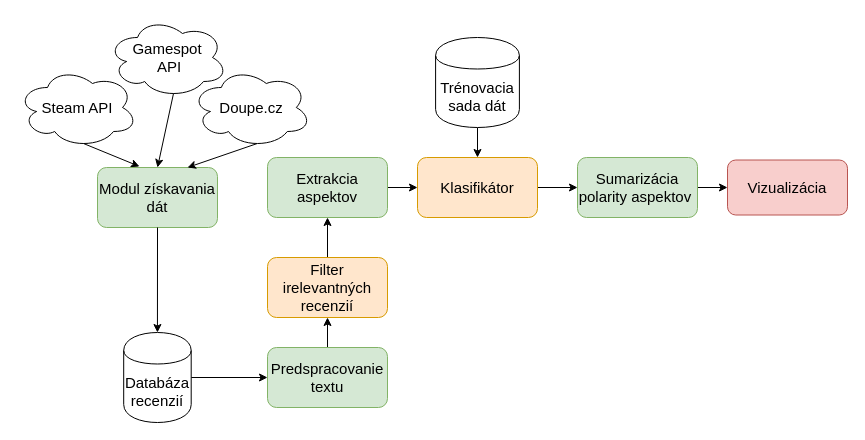
Above: navrh_design.drawio in Fergons/SentimentAnalysis (draw.io), before the change. Source tidied: cells renumbered, new cells numbered last; positions are measured from the earlier drawing's top-left corner, leaving out a move shared by most shapes. Both pictures are drawn from the tidied source at 100%, with x=0, y=0 at pixel (17, 17).
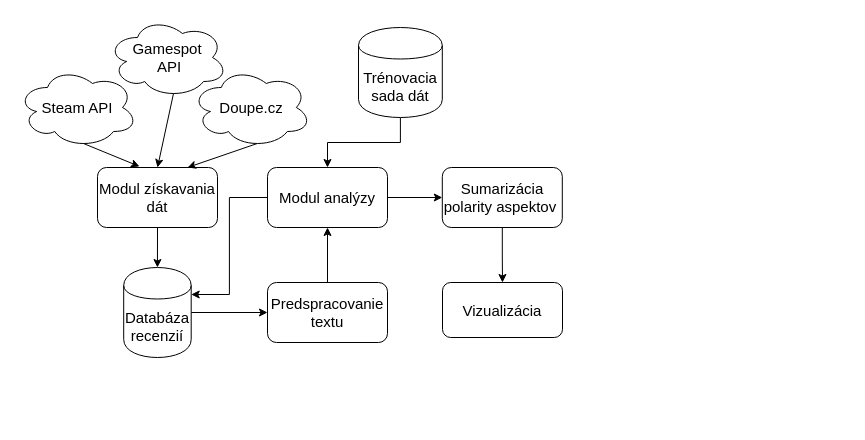
The same diagram, later.

Change to the diagram source:
```diff
@@
-    <mxCell id="6" value="Modul získavania dát" style="rounded=1;whiteSpace=wrap;html=1;fontSize=15;fillColor=#d5e8d4;strokeColor=#82b366;" parent="1" vertex="1">
+    <mxCell id="6" value="Modul získavania dát" style="rounded=1;whiteSpace=wrap;html=1;fontSize=15;" parent="1" vertex="1">
       <mxGeometry x="80" y="150" width="120" height="60" as="geometry" />
     </mxCell>
@@
     <mxCell id="8" value="Databáza recenzií" style="shape=cylinder;whiteSpace=wrap;html=1;boundedLbl=1;backgroundOutline=1;fontSize=15;" parent="1" vertex="1">
-      <mxGeometry x="106.2" y="315" width="67.5" height="90" as="geometry" />
+      <mxGeometry x="106.2" y="250" width="67.5" height="90" as="geometry" />
     </mxCell>
@@
-    <mxCell id="10" style="edgeStyle=orthogonalEdgeStyle;rounded=0;jettySize=auto;html=1;entryX=0.5;entryY=0;entryDx=0;entryDy=0;fontSize=15;" parent="1" edge="1" source="11" target="18">
+    <mxCell id="10" style="edgeStyle=orthogonalEdgeStyle;rounded=0;jettySize=auto;html=1;entryX=0.5;entryY=0;entryDx=0;entryDy=0;fontSize=15;" parent="1" edge="1" source="11" target="22">
       <mxGeometry relative="1" as="geometry" />
     </mxCell>
     <mxCell id="11" value="Trénovacia sada dát" style="shape=cylinder;whiteSpace=wrap;html=1;boundedLbl=1;backgroundOutline=1;fontSize=15;" parent="1" vertex="1">
-      <mxGeometry x="418.1" y="20" width="83.8" height="90" as="geometry" />
+      <mxGeometry x="341" y="10" width="83.8" height="90" as="geometry" />
     </mxCell>
-    <mxCell id="12" value="Vizualizácia" style="rounded=1;whiteSpace=wrap;html=1;fontSize=15;fillColor=#f8cecc;strokeColor=#b85450;" parent="1" vertex="1">
-      <mxGeometry x="710" y="142.5" width="120" height="55" as="geometry" />
+    <mxCell id="12" value="Vizualizácia" style="rounded=1;whiteSpace=wrap;html=1;fontSize=15;" parent="1" vertex="1">
+      <mxGeometry x="425" y="265" width="120" height="55" as="geometry" />
     </mxCell>
-    <mxCell id="13" style="edgeStyle=orthogonalEdgeStyle;rounded=0;jettySize=auto;html=1;exitX=1;exitY=0.5;exitDx=0;exitDy=0;entryX=0;entryY=0.5;entryDx=0;entryDy=0;fontSize=15;" parent="1" edge="1" source="14" target="12">
+    <mxCell id="13" style="edgeStyle=orthogonalEdgeStyle;rounded=0;jettySize=auto;html=1;exitX=0.5;exitY=1;exitDx=0;exitDy=0;entryX=0.5;entryY=0;entryDx=0;entryDy=0;" parent="1" edge="1" source="14" target="12">
       <mxGeometry relative="1" as="geometry" />
     </mxCell>
-    <mxCell id="14" value="Sumarizácia polarity aspektov&amp;nbsp;" style="rounded=1;whiteSpace=wrap;html=1;fontSize=15;fillColor=#d5e8d4;strokeColor=#82b366;" parent="1" vertex="1">
-      <mxGeometry x="560" y="140" width="120" height="60" as="geometry" />
+    <mxCell id="14" value="Sumarizácia polarity aspektov&amp;nbsp;" style="rounded=1;whiteSpace=wrap;html=1;fontSize=15;" parent="1" vertex="1">
+      <mxGeometry x="424.8" y="150" width="120" height="60" as="geometry" />
     </mxCell>
-    <mxCell id="15" style="edgeStyle=orthogonalEdgeStyle;rounded=0;jettySize=auto;html=1;exitX=0.5;exitY=0;exitDx=0;exitDy=0;entryX=0.5;entryY=1;entryDx=0;entryDy=0;fontSize=15;" parent="1" edge="1" source="16" target="20">
-      <mxGeometry relative="1" as="geometry" />
-    </mxCell>
+    <mxCell id="25" style="edgeStyle=orthogonalEdgeStyle;rounded=0;jettySize=auto;html=1;exitX=0.5;exitY=0;exitDx=0;exitDy=0;entryX=0.5;entryY=1;entryDx=0;entryDy=0;" parent="1" edge="1" source="16" target="22">
+      <mxGeometry relative="1" as="geometry" />
+    </mxCell>
-    <mxCell id="16" value="Predspracovanie textu" style="rounded=1;whiteSpace=wrap;html=1;fontSize=15;fillColor=#d5e8d4;strokeColor=#82b366;" parent="1" vertex="1">
-      <mxGeometry x="250" y="330" width="120" height="60" as="geometry" />
+    <mxCell id="16" value="Predspracovanie textu" style="rounded=1;whiteSpace=wrap;html=1;fontSize=15;" parent="1" vertex="1">
+      <mxGeometry x="250" y="265" width="120" height="60" as="geometry" />
     </mxCell>
-    <mxCell id="17" style="edgeStyle=orthogonalEdgeStyle;rounded=0;jettySize=auto;html=1;exitX=1;exitY=0.5;exitDx=0;exitDy=0;entryX=0;entryY=0.5;entryDx=0;entryDy=0;fontSize=15;" parent="1" edge="1" source="18" target="14">
-      <mxGeometry relative="1" as="geometry" />
-    </mxCell>
-    <mxCell id="18" value="Klasifikátor" style="rounded=1;whiteSpace=wrap;html=1;fontSize=15;fillColor=#ffe6cc;strokeColor=#d79b00;" parent="1" vertex="1">
-      <mxGeometry x="400" y="140" width="120" height="60" as="geometry" />
-    </mxCell>
-    <mxCell id="19" style="edgeStyle=orthogonalEdgeStyle;rounded=0;jettySize=auto;html=1;exitX=0.5;exitY=0;exitDx=0;exitDy=0;entryX=0.5;entryY=1;entryDx=0;entryDy=0;fontSize=15;" parent="1" edge="1" source="20" target="22">
-      <mxGeometry relative="1" as="geometry" />
-    </mxCell>
-    <mxCell id="20" value="Filter irelevantných recenzií" style="rounded=1;whiteSpace=wrap;html=1;fontSize=15;fillColor=#ffe6cc;strokeColor=#d79b00;" parent="1" vertex="1">
-      <mxGeometry x="250" y="240" width="120" height="60" as="geometry" />
-    </mxCell>
-    <mxCell id="21" style="edgeStyle=orthogonalEdgeStyle;rounded=0;jettySize=auto;html=1;fontSize=15;entryX=0;entryY=0.5;entryDx=0;entryDy=0;" parent="1" edge="1" source="22" target="18">
+    <mxCell id="21" style="edgeStyle=orthogonalEdgeStyle;rounded=0;jettySize=auto;html=1;fontSize=15;entryX=0;entryY=0.5;entryDx=0;entryDy=0;" parent="1" edge="1" source="22" target="14">
       <mxGeometry relative="1" as="geometry" />
     </mxCell>
+    <mxCell id="26" style="edgeStyle=orthogonalEdgeStyle;rounded=0;jettySize=auto;html=1;exitX=0;exitY=0.5;exitDx=0;exitDy=0;entryX=1;entryY=0.3;entryDx=0;entryDy=0;" parent="1" edge="1" source="22" target="8">
+      <mxGeometry relative="1" as="geometry" />
+    </mxCell>
-    <mxCell id="22" value="Extrakcia aspektov" style="rounded=1;whiteSpace=wrap;html=1;fontSize=15;fillColor=#d5e8d4;strokeColor=#82b366;" parent="1" vertex="1">
-      <mxGeometry x="250" y="140" width="120" height="60" as="geometry" />
+    <mxCell id="22" value="Modul analýzy" style="rounded=1;whiteSpace=wrap;html=1;fontSize=15;" parent="1" vertex="1">
+      <mxGeometry x="250" y="150" width="120" height="60" as="geometry" />
     </mxCell>
```
